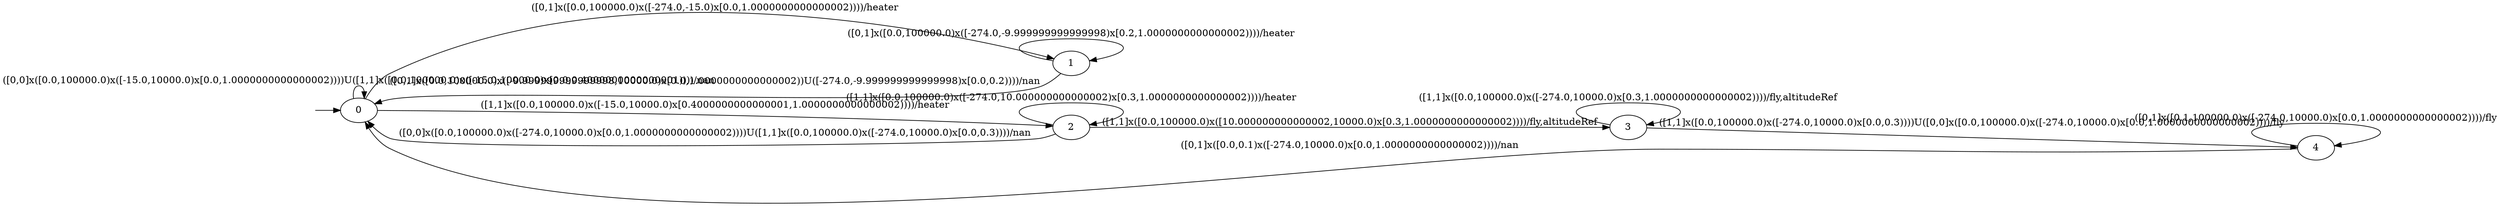
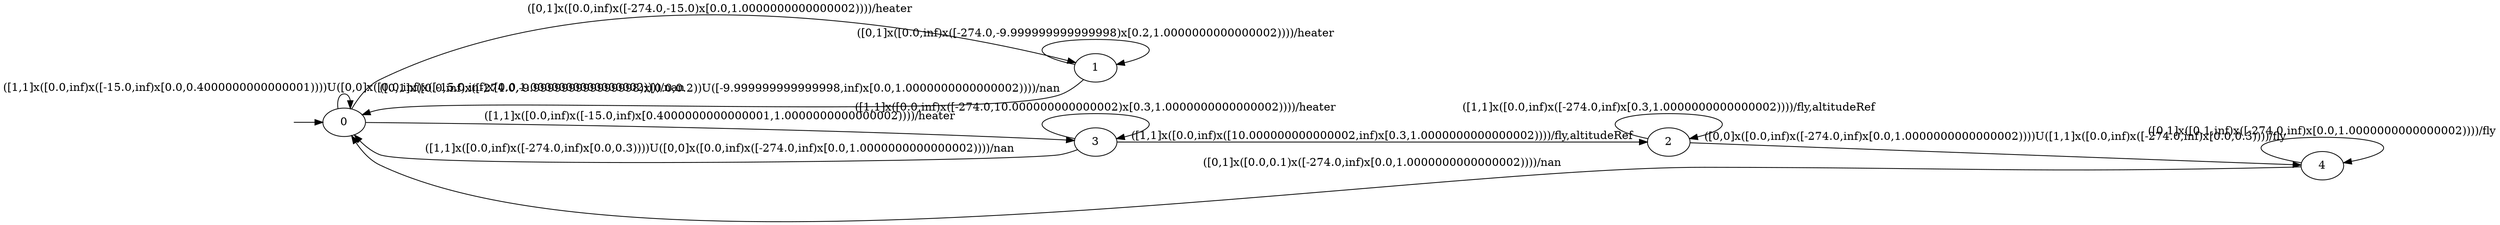
digraph learnedMarsHelicopter{
 rankdir=LR;
0[label=0]
XX0 [color=white, label=""]1[label=1]
2[label=2]
3[label=3]
4[label=4]
XX0 -> 0
- 0 -> 0 [label="([0,0]x([0.0,100000.0)x([-15.0,10000.0)x[0.0,1.0000000000000002))))U([1,1]x([0.0,100000.0)x([-15.0,10000.0)x[0.0,0.4000000000000001))))/nan"]
- 0 -> 2 [label="([1,1]x([0.0,100000.0)x([-15.0,10000.0)x[0.4000000000000001,1.0000000000000002))))/heater"]
- 0 -> 1 [label="([0,1]x([0.0,100000.0)x([-274.0,-15.0)x[0.0,1.0000000000000002))))/heater"]
- 1 -> 0 [label="([0,1]x([0.0,100000.0)x([-9.999999999999998,10000.0)x[0.0,1.0000000000000002))U([-274.0,-9.999999999999998)x[0.0,0.2))))/nan"]
- 1 -> 1 [label="([0,1]x([0.0,100000.0)x([-274.0,-9.999999999999998)x[0.2,1.0000000000000002))))/heater"]
- 2 -> 3 [label="([1,1]x([0.0,100000.0)x([10.000000000000002,10000.0)x[0.3,1.0000000000000002))))/fly,altitudeRef"]
- 2 -> 0 [label="([0,0]x([0.0,100000.0)x([-274.0,10000.0)x[0.0,1.0000000000000002))))U([1,1]x([0.0,100000.0)x([-274.0,10000.0)x[0.0,0.3))))/nan"]
- 2 -> 2 [label="([1,1]x([0.0,100000.0)x([-274.0,10.000000000000002)x[0.3,1.0000000000000002))))/heater"]
- 3 -> 3 [label="([1,1]x([0.0,100000.0)x([-274.0,10000.0)x[0.3,1.0000000000000002))))/fly,altitudeRef"]
- 3 -> 4 [label="([1,1]x([0.0,100000.0)x([-274.0,10000.0)x[0.0,0.3))))U([0,0]x([0.0,100000.0)x([-274.0,10000.0)x[0.0,1.0000000000000002))))/fly"]
- 4 -> 0 [label="([0,1]x([0.0,0.1)x([-274.0,10000.0)x[0.0,1.0000000000000002))))/nan"]
- 4 -> 4 [label="([0,1]x([0.1,100000.0)x([-274.0,10000.0)x[0.0,1.0000000000000002))))/fly"]
+ 0 -> 3 [label="([1,1]x([0.0,inf)x([-15.0,inf)x[0.4000000000000001,1.0000000000000002))))/heater"]
+ 0 -> 1 [label="([0,1]x([0.0,inf)x([-274.0,-15.0)x[0.0,1.0000000000000002))))/heater"]
+ 0 -> 0 [label="([1,1]x([0.0,inf)x([-15.0,inf)x[0.0,0.4000000000000001))))U([0,0]x([0.0,inf)x([-15.0,inf)x[0.0,1.0000000000000002))))/nan"]
+ 1 -> 0 [label="([0,1]x([0.0,inf)x([-274.0,-9.999999999999998)x[0.0,0.2))U([-9.999999999999998,inf)x[0.0,1.0000000000000002))))/nan"]
+ 1 -> 1 [label="([0,1]x([0.0,inf)x([-274.0,-9.999999999999998)x[0.2,1.0000000000000002))))/heater"]
+ 2 -> 4 [label="([0,0]x([0.0,inf)x([-274.0,inf)x[0.0,1.0000000000000002))))U([1,1]x([0.0,inf)x([-274.0,inf)x[0.0,0.3))))/fly"]
+ 2 -> 2 [label="([1,1]x([0.0,inf)x([-274.0,inf)x[0.3,1.0000000000000002))))/fly,altitudeRef"]
+ 3 -> 2 [label="([1,1]x([0.0,inf)x([10.000000000000002,inf)x[0.3,1.0000000000000002))))/fly,altitudeRef"]
+ 3 -> 0 [label="([1,1]x([0.0,inf)x([-274.0,inf)x[0.0,0.3))))U([0,0]x([0.0,inf)x([-274.0,inf)x[0.0,1.0000000000000002))))/nan"]
+ 3 -> 3 [label="([1,1]x([0.0,inf)x([-274.0,10.000000000000002)x[0.3,1.0000000000000002))))/heater"]
+ 4 -> 4 [label="([0,1]x([0.1,inf)x([-274.0,inf)x[0.0,1.0000000000000002))))/fly"]
+ 4 -> 0 [label="([0,1]x([0.0,0.1)x([-274.0,inf)x[0.0,1.0000000000000002))))/nan"]
}